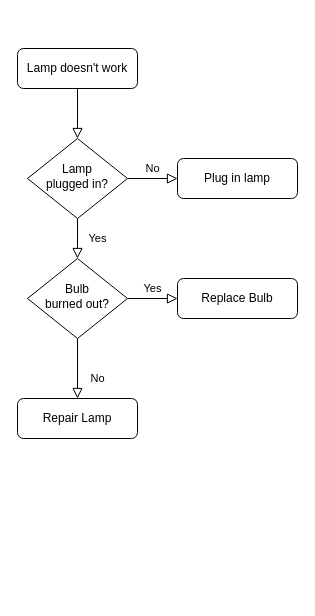
Above: Untitled Diagram.drawio in Ainmimdal/LineFollowing-mechatronicWorkshop (draw.io), before the change. Source tidied: cells renumbered, new cells numbered last; positions are measured from the earlier drawing's top-left corner, leaving out a move shared by most shapes. Both pictures are drawn from the tidied source at 100%, with x=0, y=0 at pixel (17, 48).
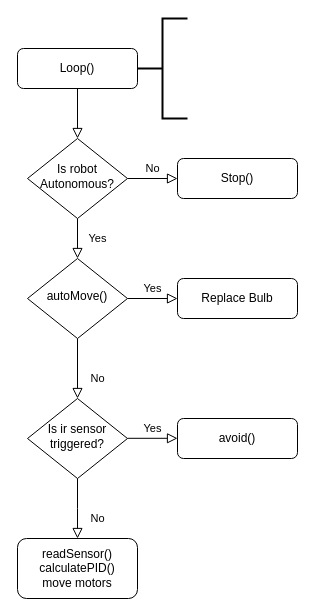
The same diagram, later.

Diff of the diagram source:
```diff
@@
 <mxGraphModel>
   <root>
     <mxCell id="0" />
     <mxCell id="1" parent="0" />
     <mxCell id="2" style="rounded=0;html=1;jettySize=auto;fontSize=11;endArrow=block;endFill=0;endSize=8;strokeWidth=1;shadow=0;labelBackgroundColor=none;edgeStyle=orthogonalEdgeStyle;" parent="1" edge="1" source="3" target="6">
       <mxGeometry relative="1" as="geometry" />
     </mxCell>
-    <mxCell id="3" value="Lamp doesn't work" style="rounded=1;whiteSpace=wrap;html=1;fontSize=12;glass=0;strokeWidth=1;shadow=0;" parent="1" vertex="1">
+    <mxCell id="3" value="Loop()" style="rounded=1;whiteSpace=wrap;html=1;fontSize=12;glass=0;strokeWidth=1;shadow=0;" parent="1" vertex="1">
       <mxGeometry width="120" height="40" as="geometry" />
     </mxCell>
     <mxCell id="4" value="Yes" style="rounded=0;html=1;jettySize=auto;fontSize=11;endArrow=block;endFill=0;endSize=8;strokeWidth=1;shadow=0;labelBackgroundColor=none;edgeStyle=orthogonalEdgeStyle;" parent="1" edge="1" source="6" target="10">
       <mxGeometry y="20" relative="1" as="geometry" />
     </mxCell>
     <mxCell id="5" value="No" style="edgeStyle=orthogonalEdgeStyle;rounded=0;html=1;jettySize=auto;fontSize=11;endArrow=block;endFill=0;endSize=8;strokeWidth=1;shadow=0;labelBackgroundColor=none;" parent="1" edge="1" source="6" target="7">
       <mxGeometry y="10" relative="1" as="geometry" />
     </mxCell>
-    <mxCell id="6" value="Lamp&lt;br&gt;plugged in?" style="rhombus;whiteSpace=wrap;html=1;shadow=0;fontFamily=Helvetica;fontSize=12;align=center;strokeWidth=1;spacing=6;spacingTop=-4;" parent="1" vertex="1">
+    <mxCell id="6" value="Is robot Autonomous?" style="rhombus;whiteSpace=wrap;html=1;shadow=0;fontFamily=Helvetica;fontSize=12;align=center;strokeWidth=1;spacing=6;spacingTop=-4;" parent="1" vertex="1">
       <mxGeometry x="10" y="90" width="100" height="80" as="geometry" />
     </mxCell>
-    <mxCell id="7" value="Plug in lamp" style="rounded=1;whiteSpace=wrap;html=1;fontSize=12;glass=0;strokeWidth=1;shadow=0;" parent="1" vertex="1">
+    <mxCell id="7" value="Stop()" style="rounded=1;whiteSpace=wrap;html=1;fontSize=12;glass=0;strokeWidth=1;shadow=0;" parent="1" vertex="1">
       <mxGeometry x="160" y="110" width="120" height="40" as="geometry" />
     </mxCell>
-    <mxCell id="8" value="No" style="rounded=0;html=1;jettySize=auto;fontSize=11;endArrow=block;endFill=0;endSize=8;strokeWidth=1;shadow=0;labelBackgroundColor=none;edgeStyle=orthogonalEdgeStyle;" parent="1" edge="1" source="10" target="11">
+    <mxCell id="8" value="No" style="rounded=0;html=1;jettySize=auto;fontSize=11;endArrow=block;endFill=0;endSize=8;strokeWidth=1;shadow=0;labelBackgroundColor=none;edgeStyle=orthogonalEdgeStyle;entryX=0.5;entryY=0;entryDx=0;entryDy=0;" parent="1" edge="1" source="10" target="13">
       <mxGeometry x="0.33" y="20" relative="1" as="geometry" />
     </mxCell>
     <mxCell id="9" value="Yes" style="edgeStyle=orthogonalEdgeStyle;rounded=0;html=1;jettySize=auto;fontSize=11;endArrow=block;endFill=0;endSize=8;strokeWidth=1;shadow=0;labelBackgroundColor=none;" parent="1" edge="1" source="10" target="12">
       <mxGeometry y="10" relative="1" as="geometry" />
     </mxCell>
-    <mxCell id="10" value="Bulb&lt;br&gt;burned out?" style="rhombus;whiteSpace=wrap;html=1;shadow=0;fontFamily=Helvetica;fontSize=12;align=center;strokeWidth=1;spacing=6;spacingTop=-4;" parent="1" vertex="1">
+    <mxCell id="10" value="autoMove()" style="rhombus;whiteSpace=wrap;html=1;shadow=0;fontFamily=Helvetica;fontSize=12;align=center;strokeWidth=1;spacing=6;spacingTop=-4;" parent="1" vertex="1">
       <mxGeometry x="10" y="210" width="100" height="80" as="geometry" />
     </mxCell>
-    <mxCell id="11" value="Repair Lamp" style="rounded=1;whiteSpace=wrap;html=1;fontSize=12;glass=0;strokeWidth=1;shadow=0;" parent="1" vertex="1">
-      <mxGeometry y="350" width="120" height="40" as="geometry" />
-    </mxCell>
     <mxCell id="12" value="Replace Bulb" style="rounded=1;whiteSpace=wrap;html=1;fontSize=12;glass=0;strokeWidth=1;shadow=0;" parent="1" vertex="1">
       <mxGeometry x="160" y="230" width="120" height="40" as="geometry" />
     </mxCell>
+    <mxCell id="13" value="Is ir sensor triggered?" style="rhombus;whiteSpace=wrap;html=1;shadow=0;fontFamily=Helvetica;fontSize=12;align=center;strokeWidth=1;spacing=6;spacingTop=-4;" parent="1" vertex="1">
+      <mxGeometry x="10" y="350" width="100" height="80" as="geometry" />
+    </mxCell>
+    <mxCell id="14" value="Yes" style="edgeStyle=orthogonalEdgeStyle;rounded=0;html=1;jettySize=auto;orthogonalLoop=1;fontSize=11;endArrow=block;endFill=0;endSize=8;strokeWidth=1;shadow=0;labelBackgroundColor=none;" parent="1" edge="1">
+      <mxGeometry y="10" relative="1" as="geometry">
+        <mxPoint x="110" y="389.8" as="sourcePoint" />
+        <mxPoint x="160" y="389.8" as="targetPoint" />
+      </mxGeometry>
+    </mxCell>
+    <mxCell id="15" value="avoid()" style="rounded=1;whiteSpace=wrap;html=1;fontSize=12;glass=0;strokeWidth=1;shadow=0;" parent="1" vertex="1">
+      <mxGeometry x="160" y="370" width="120" height="40" as="geometry" />
+    </mxCell>
+    <mxCell id="16" value="No" style="rounded=0;html=1;jettySize=auto;fontSize=11;endArrow=block;endFill=0;endSize=8;strokeWidth=1;shadow=0;labelBackgroundColor=none;edgeStyle=orthogonalEdgeStyle;exitX=0.5;exitY=1;exitDx=0;exitDy=0;" parent="1" edge="1" source="13">
+      <mxGeometry x="0.33" y="20" relative="1" as="geometry">
+        <mxPoint x="60" y="490" as="targetPoint" />
+      </mxGeometry>
+    </mxCell>
+    <mxCell id="17" value="readSensor()&lt;br&gt;calculatePID()&lt;br&gt;move motors" style="rounded=1;whiteSpace=wrap;html=1;fontSize=12;glass=0;strokeWidth=1;shadow=0;" parent="1" vertex="1">
+      <mxGeometry y="490" width="120" height="60" as="geometry" />
+    </mxCell>
+    <mxCell id="18" style="strokeWidth=2;html=1;shape=mxgraph.flowchart.annotation_2;align=left;labelPosition=right;" parent="1" vertex="1">
+      <mxGeometry x="120" y="-30" width="50" height="100" as="geometry" />
+    </mxCell>
   </root>
 </mxGraphModel>
```
